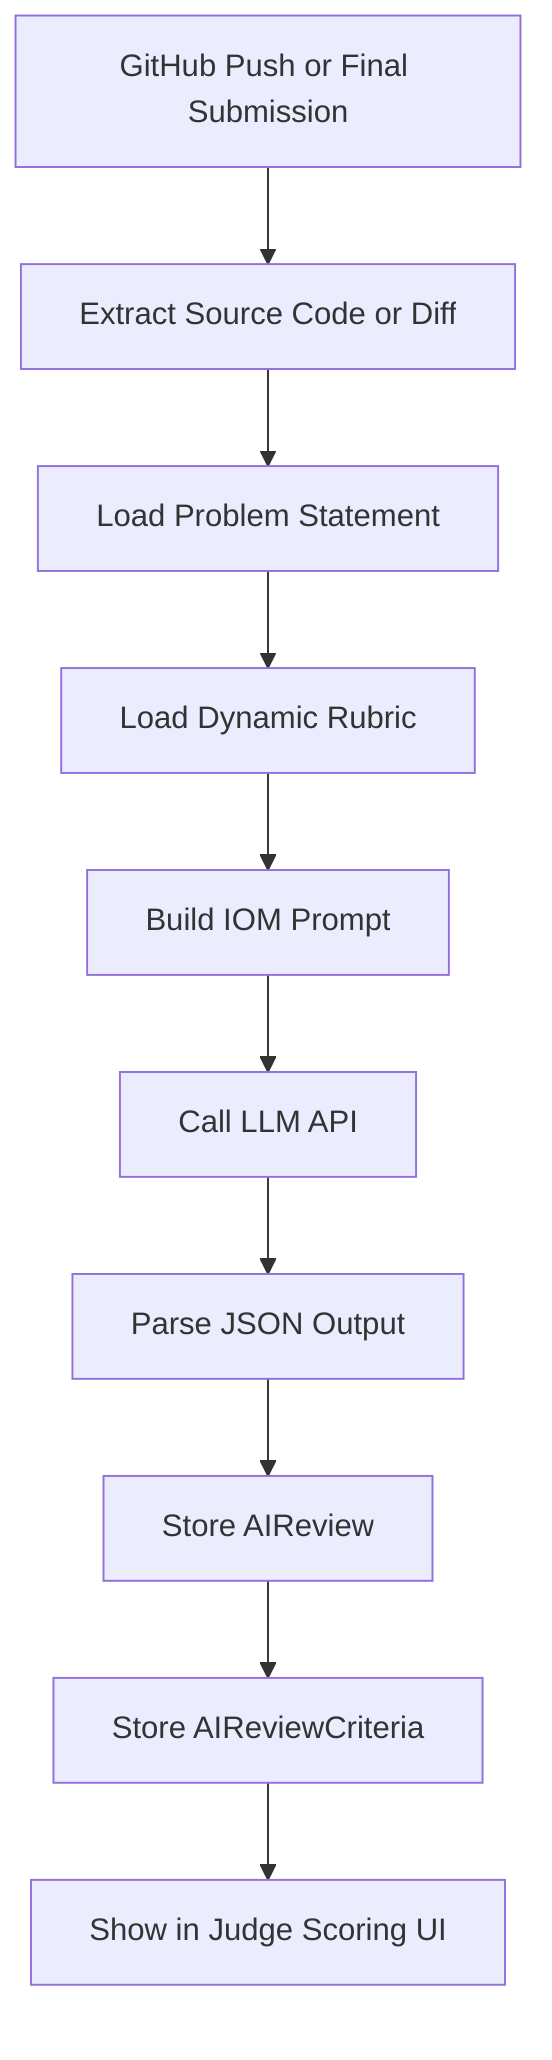
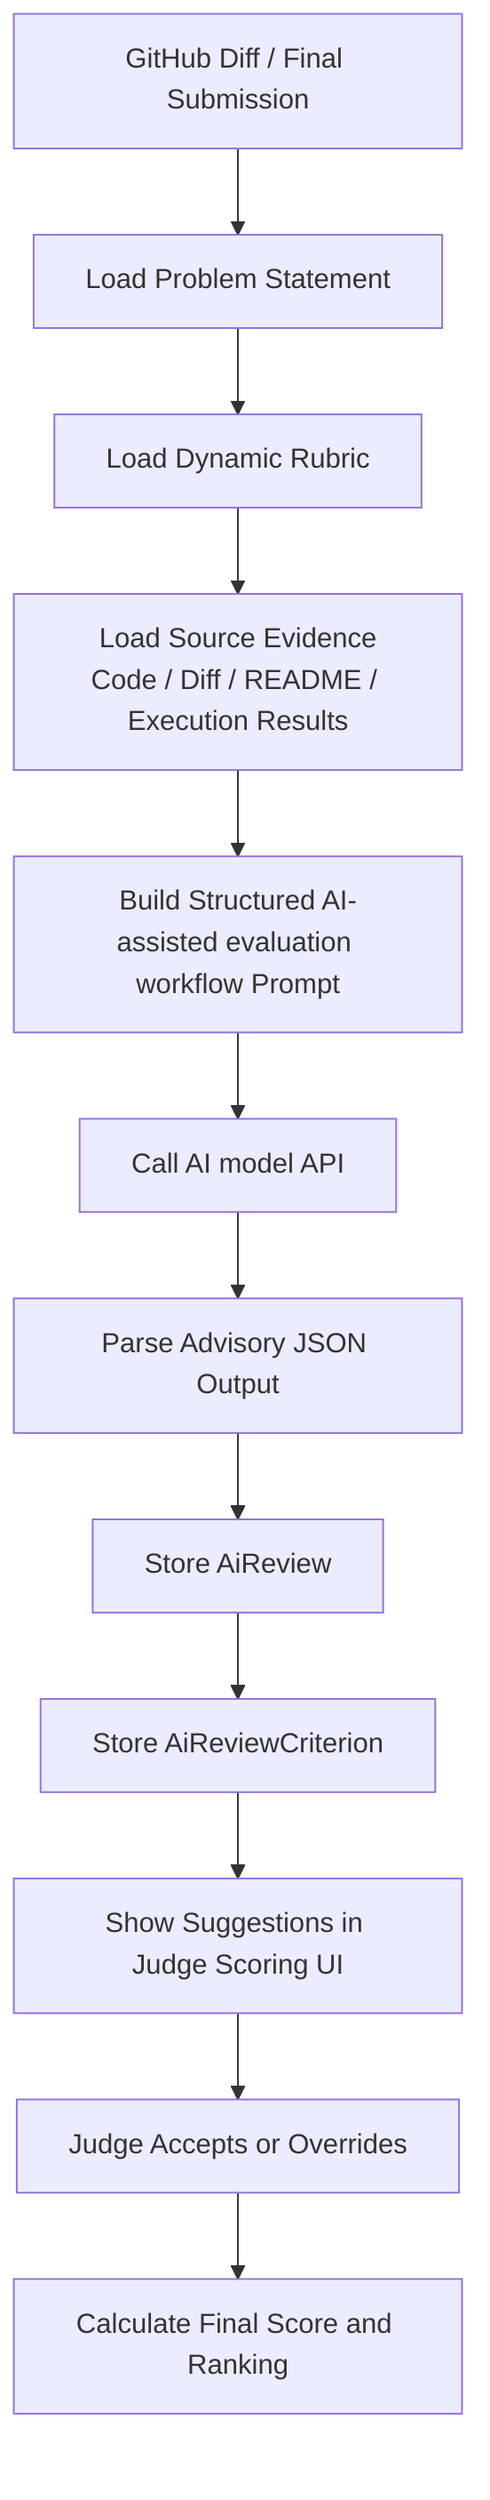
flowchart TD
-     A[GitHub Push or Final Submission] --> B[Extract Source Code or Diff]
-     B --> C[Load Problem Statement]
-     C --> D[Load Dynamic Rubric]
-     D --> E[Build IOM Prompt]
-     E --> F[Call LLM API]
-     F --> G[Parse JSON Output]
-     G --> H[Store AIReview]
-     H --> I[Store AIReviewCriteria]
-     I --> J[Show in Judge Scoring UI]
+     A["GitHub Diff / Final Submission"] --> B["Load Problem Statement"]
+     B --> C["Load Dynamic Rubric"]
+     C --> D["Load Source Evidence\nCode / Diff / README / Execution Results"]
+     D --> E["Build Structured AI-assisted evaluation workflow Prompt"]
+     E --> F["Call AI model API"]
+     F --> G["Parse Advisory JSON Output"]
+     G --> H["Store AiReview"]
+     H --> I["Store AiReviewCriterion"]
+     I --> J["Show Suggestions in Judge Scoring UI"]
+     J --> K["Judge Accepts or Overrides"]
+     K --> L["Calculate Final Score and Ranking"]
